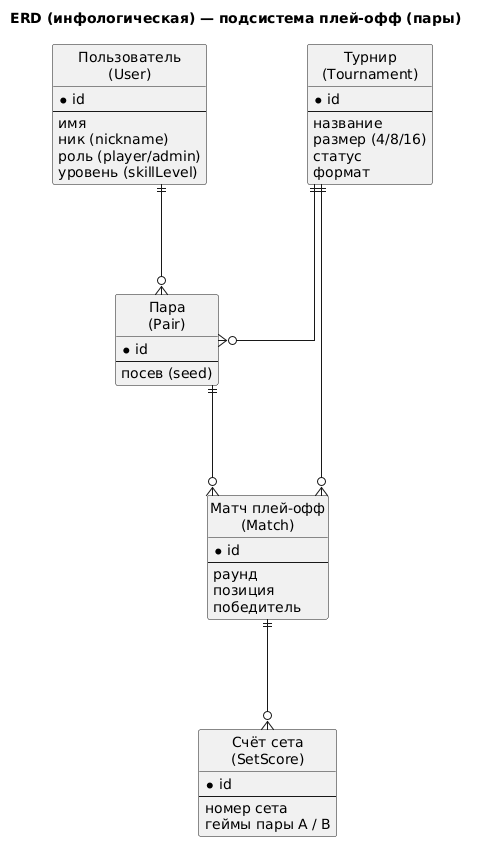
The PlantUML diagram docs/diagrams/05a.png in memekas/diplom, before a commit. Its diagram source:
```plantuml
@startuml
title ERD (инфологическая) — подсистема плей-офф (пары)

hide circle
skinparam linetype ortho
skinparam nodesep 100
skinparam ranksep 110

entity "Пользователь\n(User)" as User {
  * id
  --
  имя
  ник (nickname)
  роль (player/admin)
  уровень (skillLevel)
}

entity "Турнир\n(Tournament)" as Tournament {
  * id
  --
  название
  размер (4/8/16)
  статус
  формат
}

entity "Пара\n(Pair)" as Pair {
  * id
  --
  посев (seed)
}

entity "Матч плей-офф\n(Match)" as Match {
  * id
  --
  раунд
  позиция
  победитель
}

entity "Счёт сета\n(SetScore)" as SetScore {
  * id
  --
  номер сета
  геймы пары A / B
}

User ||--o{ Pair
Pair ||--o{ Match
Tournament ||--o{ Pair
Tournament ||--o{ Match
Match ||--o{ SetScore
@enduml
```
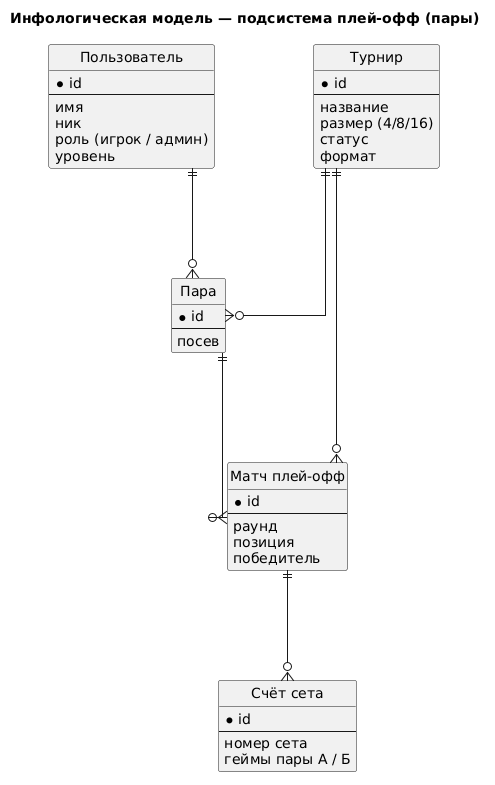
The same file after the commit.

Change to the diagram source:
```diff
@@ -1,21 +1,21 @@
 @startuml
-title ERD (инфологическая) — подсистема плей-офф (пары)
+title Инфологическая модель — подсистема плей-офф (пары)
 
 hide circle
 skinparam linetype ortho
 skinparam nodesep 100
 skinparam ranksep 110
 
-entity "Пользователь\n(User)" as User {
+entity "Пользователь" as User {
   * id
   --
   имя
-  ник (nickname)
-  роль (player/admin)
-  уровень (skillLevel)
+  ник
+  роль (игрок / админ)
+  уровень
 }
 
-entity "Турнир\n(Tournament)" as Tournament {
+entity "Турнир" as Tournament {
   * id
   --
   название
@@ -24,13 +24,13 @@
   формат
 }
 
-entity "Пара\n(Pair)" as Pair {
+entity "Пара" as Pair {
   * id
   --
-  посев (seed)
+  посев
 }
 
-entity "Матч плей-офф\n(Match)" as Match {
+entity "Матч плей-офф" as Match {
   * id
   --
   раунд
@@ -38,11 +38,11 @@
   победитель
 }
 
-entity "Счёт сета\n(SetScore)" as SetScore {
+entity "Счёт сета" as SetScore {
   * id
   --
   номер сета
-  геймы пары A / B
+  геймы пары А / Б
 }
 
 User ||--o{ Pair
```
